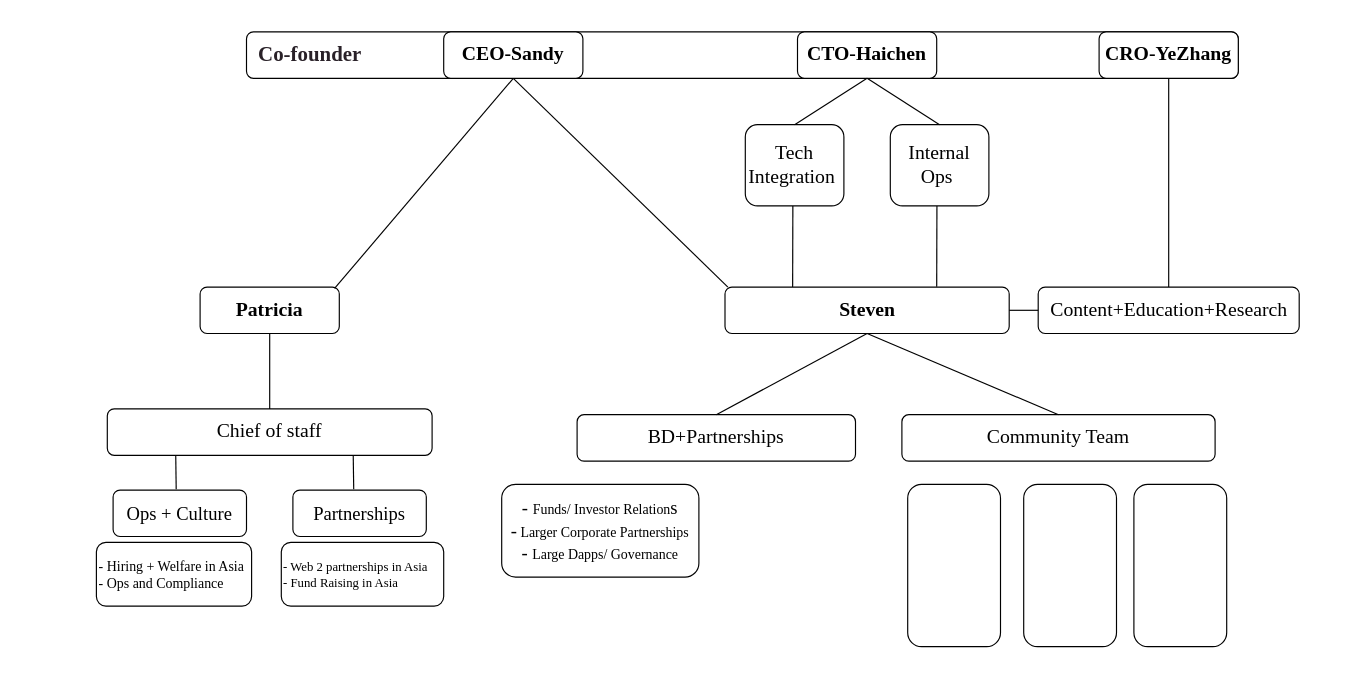
This is page "Page-1" (1 of 2) of Untitled Diagram.drawio from ThuYoung/wiki, a draw.io file, before an edit. Source tidied: cells renumbered, new cells numbered last; positions are measured from the earlier drawing's top-left corner, leaving out a move shared by most shapes. Both pictures are drawn from the tidied source at 116%, with x=0, y=0 at pixel (96, 31).
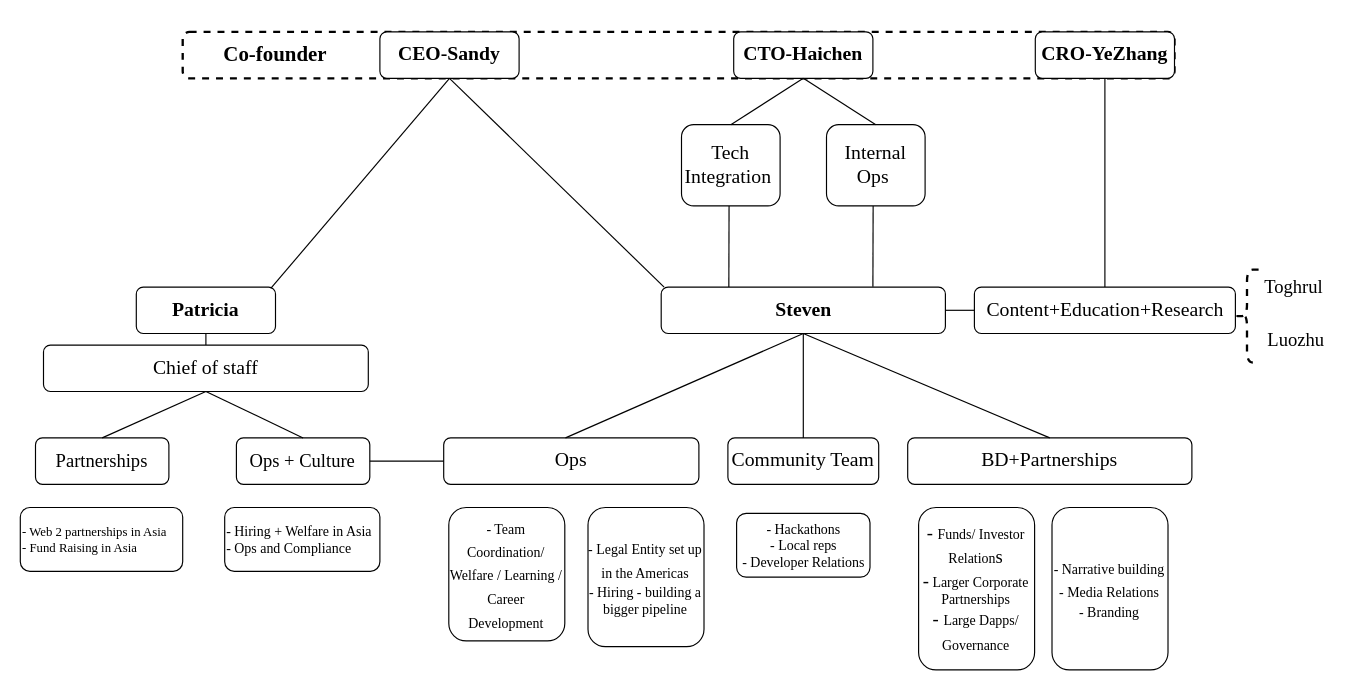
The same diagram, later.

Change to the diagram source:
```diff
@@
-    <mxCell id="2" style="rounded=1;whiteSpace=wrap;html=1;fontFamily=Times New Roman;fontSize=17;fillColor=none;" parent="1" vertex="1">
-      <mxGeometry x="129" width="855" height="40" as="geometry" />
+    <mxCell id="2" style="rounded=1;whiteSpace=wrap;html=1;fontFamily=Times New Roman;fontSize=17;dashed=1;strokeWidth=2;fillColor=none;" parent="1" vertex="1">
+      <mxGeometry x="74" width="855" height="40" as="geometry" />
     </mxCell>
     <mxCell id="3" value="&lt;font size=&quot;1&quot; face=&quot;Times New Roman&quot;&gt;&lt;b style=&quot;font-size: 17px;&quot;&gt;CEO-Sandy&lt;/b&gt;&lt;/font&gt;" style="rounded=1;whiteSpace=wrap;html=1;" parent="1" vertex="1">
-      <mxGeometry x="299" width="120" height="40" as="geometry" />
+      <mxGeometry x="244" width="120" height="40" as="geometry" />
     </mxCell>
     <mxCell id="4" value="&lt;font size=&quot;1&quot; face=&quot;Times New Roman&quot;&gt;&lt;b style=&quot;font-size: 17px;&quot;&gt;CTO-Haichen&lt;/b&gt;&lt;/font&gt;" style="rounded=1;whiteSpace=wrap;html=1;" parent="1" vertex="1">
-      <mxGeometry x="604" width="120" height="40" as="geometry" />
+      <mxGeometry x="549" width="120" height="40" as="geometry" />
     </mxCell>
     <mxCell id="5" value="&lt;font size=&quot;1&quot; face=&quot;Times New Roman&quot;&gt;&lt;b style=&quot;font-size: 17px;&quot;&gt;CRO-YeZhang&lt;/b&gt;&lt;/font&gt;" style="rounded=1;whiteSpace=wrap;html=1;" parent="1" vertex="1">
-      <mxGeometry x="864" width="120" height="40" as="geometry" />
+      <mxGeometry x="809" width="120" height="40" as="geometry" />
     </mxCell>
     <mxCell id="6" value="&lt;font face=&quot;Times New Roman&quot;&gt;&lt;span style=&quot;font-size: 17px;&quot;&gt;&lt;b&gt;Patricia&lt;/b&gt;&lt;/span&gt;&lt;/font&gt;" style="rounded=1;whiteSpace=wrap;html=1;" parent="1" vertex="1">
-      <mxGeometry x="89" y="220" width="120" height="40" as="geometry" />
+      <mxGeometry x="34" y="220" width="120" height="40" as="geometry" />
     </mxCell>
     <mxCell id="7" value="&lt;font face=&quot;Times New Roman&quot;&gt;&lt;span style=&quot;font-size: 17px;&quot;&gt;&lt;b&gt;Steven&lt;/b&gt;&lt;/span&gt;&lt;/font&gt;" style="rounded=1;whiteSpace=wrap;html=1;" parent="1" vertex="1">
-      <mxGeometry x="541.5" y="220" width="245" height="40" as="geometry" />
+      <mxGeometry x="486.5" y="220" width="245" height="40" as="geometry" />
     </mxCell>
@@
     <mxCell id="9" style="endArrow=none;html=1;rounded=0;fontFamily=Times New Roman;fontSize=17;entryX=0.5;entryY=1;entryDx=0;entryDy=0;" parent="1" edge="1" target="3">
       <mxGeometry relative="1" as="geometry">
-        <mxPoint x="544" y="220" as="sourcePoint" />
+        <mxPoint x="489" y="220" as="sourcePoint" />
       </mxGeometry>
     </mxCell>
     <mxCell id="10" value="&lt;font face=&quot;Times New Roman&quot;&gt;&lt;span style=&quot;font-size: 17px;&quot;&gt;Chief of staff&lt;/span&gt;&lt;/font&gt;" style="rounded=1;whiteSpace=wrap;html=1;" parent="1" vertex="1">
-      <mxGeometry x="9" y="325" width="280" height="40" as="geometry" />
+      <mxGeometry x="-46" y="270" width="280" height="40" as="geometry" />
     </mxCell>
     <mxCell id="11" value="&lt;font face=&quot;Times New Roman&quot;&gt;&lt;span style=&quot;font-size: 17px;&quot;&gt;BD+Partnerships&lt;/span&gt;&lt;br&gt;&lt;/font&gt;" style="rounded=1;whiteSpace=wrap;html=1;" parent="1" vertex="1">
-      <mxGeometry x="414" y="330" width="240" height="40" as="geometry" />
+      <mxGeometry x="699" y="350" width="245" height="40" as="geometry" />
     </mxCell>
     <mxCell id="12" value="&lt;font face=&quot;Times New Roman&quot;&gt;&lt;span style=&quot;font-size: 17px;&quot;&gt;Community Team&lt;/span&gt;&lt;/font&gt;" style="rounded=1;whiteSpace=wrap;html=1;" parent="1" vertex="1">
-      <mxGeometry x="694" y="330" width="270" height="40" as="geometry" />
+      <mxGeometry x="544" y="350" width="130" height="40" as="geometry" />
     </mxCell>
     <mxCell id="13" value="&lt;font face=&quot;Times New Roman&quot;&gt;&lt;span style=&quot;font-size: 17px;&quot;&gt;Tech Integration&amp;nbsp;&lt;/span&gt;&lt;/font&gt;" style="rounded=1;whiteSpace=wrap;html=1;" parent="1" vertex="1">
-      <mxGeometry x="559" y="80" width="85" height="70" as="geometry" />
+      <mxGeometry x="504" y="80" width="85" height="70" as="geometry" />
     </mxCell>
     <mxCell id="14" value="&lt;font face=&quot;Times New Roman&quot;&gt;&lt;span style=&quot;font-size: 17px;&quot;&gt;Content+Education+Research&lt;/span&gt;&lt;/font&gt;" style="rounded=1;whiteSpace=wrap;html=1;" parent="1" vertex="1">
-      <mxGeometry x="811.5" y="220" width="225" height="40" as="geometry" />
+      <mxGeometry x="756.5" y="220" width="225" height="40" as="geometry" />
     </mxCell>
@@
     <mxCell id="16" value="&lt;div style=&quot;&quot;&gt;&lt;font style=&quot;font-size: 16px;&quot;&gt;- &lt;/font&gt;&lt;font style=&quot;font-size: 12px;&quot;&gt;Funds/ Investor Relation&lt;/font&gt;&lt;font style=&quot;font-size: 16px;&quot;&gt;s&lt;/font&gt;&lt;/div&gt;&lt;div style=&quot;font-size: 12px;&quot;&gt;&lt;font style=&quot;font-size: 16px;&quot;&gt;-&lt;/font&gt;&lt;font style=&quot;font-size: 12px;&quot;&gt; Larger Corporate Partners&lt;/font&gt;&lt;font style=&quot;font-size: 12px;&quot;&gt;hips&lt;/font&gt;&lt;/div&gt;&lt;div style=&quot;&quot;&gt;&lt;font style=&quot;font-size: 16px;&quot;&gt;- &lt;/font&gt;&lt;font style=&quot;font-size: 12px;&quot;&gt;Large Dapps/ Governance&lt;/font&gt;&lt;/div&gt;" style="rounded=1;whiteSpace=wrap;html=1;fontFamily=Times New Roman;fontSize=17;" parent="1" vertex="1">
-      <mxGeometry x="349" y="390" width="170" height="80" as="geometry" />
+      <mxGeometry x="708.4" y="410" width="100" height="140" as="geometry" />
     </mxCell>
-    <mxCell id="17" style="rounded=1;whiteSpace=wrap;html=1;fontFamily=Times New Roman;fontSize=17;" parent="1" vertex="1">
-      <mxGeometry x="699" y="390" width="80" height="140" as="geometry" />
-    </mxCell>
-    <mxCell id="18" style="rounded=1;whiteSpace=wrap;html=1;fontFamily=Times New Roman;fontSize=17;" parent="1" vertex="1">
-      <mxGeometry x="799" y="390" width="80" height="140" as="geometry" />
-    </mxCell>
-    <mxCell id="19" style="rounded=1;whiteSpace=wrap;html=1;fontFamily=Times New Roman;fontSize=17;" parent="1" vertex="1">
-      <mxGeometry x="894" y="390" width="80" height="140" as="geometry" />
-    </mxCell>
     <mxCell id="20" value="&lt;font face=&quot;Times New Roman&quot;&gt;&lt;span style=&quot;font-size: 17px;&quot;&gt;Internal Ops&amp;nbsp;&lt;/span&gt;&lt;/font&gt;" style="rounded=1;whiteSpace=wrap;html=1;" parent="1" vertex="1">
-      <mxGeometry x="684" y="80" width="85" height="70" as="geometry" />
+      <mxGeometry x="629" y="80" width="85" height="70" as="geometry" />
     </mxCell>
@@
     <mxCell id="25" style="endArrow=none;html=1;rounded=0;fontFamily=Times New Roman;fontSize=17;exitX=0.238;exitY=-0.004;exitDx=0;exitDy=0;exitPerimeter=0;" parent="1" edge="1" source="7">
       <mxGeometry relative="1" as="geometry">
-        <mxPoint x="600" y="150" as="targetPoint" />
+        <mxPoint x="545" y="150" as="targetPoint" />
       </mxGeometry>
     </mxCell>
     <mxCell id="26" style="endArrow=none;html=1;rounded=0;fontFamily=Times New Roman;fontSize=17;exitX=0.238;exitY=-0.004;exitDx=0;exitDy=0;exitPerimeter=0;" parent="1" edge="1">
       <mxGeometry relative="1" as="geometry">
-        <mxPoint x="724" y="219.8" as="sourcePoint" />
-        <mxPoint x="724.2" y="150" as="targetPoint" />
+        <mxPoint x="669" y="219.8" as="sourcePoint" />
+        <mxPoint x="669.2" y="150" as="targetPoint" />
       </mxGeometry>
     </mxCell>
-    <mxCell id="27" style="endArrow=none;html=1;rounded=0;fontFamily=Times New Roman;fontSize=17;exitX=0.5;exitY=1;exitDx=0;exitDy=0;entryX=0.5;entryY=0;entryDx=0;entryDy=0;" parent="1" edge="1" source="7" target="11">
-      <mxGeometry relative="1" as="geometry" />
-    </mxCell>
@@
     <mxCell id="29" value="&lt;font face=&quot;Times New Roman&quot; style=&quot;font-size: 16px;&quot;&gt;Ops + Culture&lt;/font&gt;" style="rounded=1;whiteSpace=wrap;html=1;" parent="1" vertex="1">
-      <mxGeometry x="14" y="395" width="115" height="40" as="geometry" />
+      <mxGeometry x="120.3" y="350" width="115" height="40" as="geometry" />
     </mxCell>
     <mxCell id="30" value="&lt;div style=&quot;&quot;&gt;&lt;font face=&quot;Times New Roman&quot; style=&quot;font-size: 12px;&quot;&gt;- Hiring + Welfare in Asia&lt;/font&gt;&lt;/div&gt;&lt;div style=&quot;&quot;&gt;&lt;font face=&quot;Times New Roman&quot; style=&quot;font-size: 12px;&quot;&gt;- Ops and Compliance&lt;/font&gt;&lt;/div&gt;" style="rounded=1;whiteSpace=wrap;html=1;verticalAlign=middle;align=left;" parent="1" vertex="1">
-      <mxGeometry x="-0.4" y="440" width="133.8" height="55" as="geometry" />
+      <mxGeometry x="110.2" y="410" width="133.8" height="55" as="geometry" />
     </mxCell>
-    <mxCell id="31" value="&lt;h3&gt;&lt;span style=&quot;color: rgb(41, 33, 40); background-color: rgb(255, 255, 255);&quot;&gt;&lt;font style=&quot;font-size: 18px;&quot;&gt;Co-founder&lt;/font&gt;&lt;/span&gt;&lt;/h3&gt;" style="text;html=1;strokeColor=none;fillColor=none;align=center;verticalAlign=middle;whiteSpace=wrap;rounded=0;fontFamily=Times New Roman;fontSize=16;" parent="1" vertex="1">
-      <mxGeometry x="119" y="5" width="130" height="30" as="geometry" />
+    <mxCell id="31" value="&lt;h3&gt;&lt;span style=&quot;background-color: rgb(255, 255, 255);&quot;&gt;&lt;font style=&quot;font-size: 18px;&quot;&gt;Co-founder&lt;/font&gt;&lt;/span&gt;&lt;/h3&gt;" style="text;html=1;strokeColor=none;fillColor=none;align=center;verticalAlign=middle;whiteSpace=wrap;rounded=0;fontFamily=Times New Roman;fontSize=16;" parent="1" vertex="1">
+      <mxGeometry x="89" y="5" width="130" height="30" as="geometry" />
     </mxCell>
-    <mxCell id="32" style="endArrow=none;html=1;rounded=0;fontFamily=Times New Roman;fontSize=18;entryX=0.456;entryY=-0.018;entryDx=0;entryDy=0;entryPerimeter=0;" parent="1" edge="1">
-      <mxGeometry relative="1" as="geometry">
-        <mxPoint x="68" y="365" as="sourcePoint" />
-        <mxPoint x="68.4" y="394.3" as="targetPoint" />
-      </mxGeometry>
-    </mxCell>
     <mxCell id="33" value="&lt;font face=&quot;Times New Roman&quot; style=&quot;font-size: 16px;&quot;&gt;Partnerships&lt;/font&gt;" style="rounded=1;whiteSpace=wrap;html=1;" parent="1" vertex="1">
-      <mxGeometry x="169" y="395" width="115" height="40" as="geometry" />
+      <mxGeometry x="-52.9" y="350" width="115" height="40" as="geometry" />
     </mxCell>
-    <mxCell id="34" style="endArrow=none;html=1;rounded=0;fontFamily=Times New Roman;fontSize=18;entryX=0.456;entryY=-0.018;entryDx=0;entryDy=0;entryPerimeter=0;" parent="1" edge="1" target="33">
-      <mxGeometry relative="1" as="geometry">
-        <mxPoint x="221" y="365" as="sourcePoint" />
-      </mxGeometry>
-    </mxCell>
     <mxCell id="35" value="&lt;div style=&quot;font-size: 11px;&quot;&gt;&lt;div&gt;&lt;font face=&quot;Times New Roman&quot;&gt;- Web 2 partnerships in Asia&lt;/font&gt;&lt;/div&gt;&lt;div&gt;&lt;font face=&quot;Times New Roman&quot;&gt;- Fund Raising in Asia&lt;/font&gt;&lt;/div&gt;&lt;/div&gt;" style="rounded=1;whiteSpace=wrap;html=1;verticalAlign=middle;align=left;" parent="1" vertex="1">
-      <mxGeometry x="159" y="440" width="140" height="55" as="geometry" />
+      <mxGeometry x="-66" y="410" width="140" height="55" as="geometry" />
     </mxCell>
+    <mxCell id="36" value="&lt;div style=&quot;font-size: 12px;&quot;&gt;&lt;div&gt;- Hackathons&lt;/div&gt;&lt;div&gt;- Local reps&lt;/div&gt;&lt;div&gt;- Developer Relations&lt;/div&gt;&lt;/div&gt;" style="rounded=1;whiteSpace=wrap;html=1;fontFamily=Times New Roman;fontSize=17;" parent="1" vertex="1">
+      <mxGeometry x="551.5" y="415" width="115" height="55" as="geometry" />
+    </mxCell>
+    <mxCell id="37" value="&lt;div style=&quot;&quot;&gt;&lt;span style=&quot;background-color: initial;&quot;&gt;&lt;span style=&quot;font-size: 12px;&quot;&gt;- Narrative building&lt;/span&gt;&lt;br&gt;&lt;span style=&quot;font-size: 12px;&quot;&gt;- Media Relations&lt;/span&gt;&lt;/span&gt;&lt;br&gt;&lt;/div&gt;&lt;div style=&quot;&quot;&gt;&lt;font style=&quot;font-size: 12px;&quot;&gt;&lt;div&gt;- Branding&lt;/div&gt;&lt;/font&gt;&lt;/div&gt;" style="rounded=1;whiteSpace=wrap;html=1;fontFamily=Times New Roman;fontSize=17;" parent="1" vertex="1">
+      <mxGeometry x="823.4" y="410" width="100" height="140" as="geometry" />
+    </mxCell>
+    <mxCell id="38" value="&lt;font face=&quot;Times New Roman&quot;&gt;&lt;span style=&quot;font-size: 17px;&quot;&gt;Ops&lt;/span&gt;&lt;/font&gt;" style="rounded=1;whiteSpace=wrap;html=1;" parent="1" vertex="1">
+      <mxGeometry x="299" y="350" width="220" height="40" as="geometry" />
+    </mxCell>
+    <mxCell id="39" value="&lt;div style=&quot;&quot;&gt;&lt;span style=&quot;font-size: 12px; background-color: initial;&quot;&gt;- Team Coordination/ Welfare / Learning / Career Development&lt;/span&gt;&lt;/div&gt;" style="rounded=1;whiteSpace=wrap;html=1;fontFamily=Times New Roman;fontSize=17;" parent="1" vertex="1">
+      <mxGeometry x="303.4" y="410" width="100" height="115" as="geometry" />
+    </mxCell>
+    <mxCell id="40" value="&lt;div style=&quot;&quot;&gt;&lt;span style=&quot;font-size: 12px; background-color: initial;&quot;&gt;- Legal Entity set up in the Americas&lt;/span&gt;&lt;br&gt;&lt;/div&gt;&lt;div style=&quot;&quot;&gt;&lt;font style=&quot;font-size: 12px;&quot;&gt;&lt;div&gt;- Hiring - building a bigger pipeline&lt;/div&gt;&lt;/font&gt;&lt;/div&gt;" style="rounded=1;whiteSpace=wrap;html=1;fontFamily=Times New Roman;fontSize=17;" parent="1" vertex="1">
+      <mxGeometry x="423.4" y="410" width="100" height="120" as="geometry" />
+    </mxCell>
+    <mxCell id="41" style="endArrow=none;html=1;rounded=0;fontFamily=Times New Roman;fontSize=12;fontColor=#000000;entryX=0.5;entryY=1;entryDx=0;entryDy=0;" parent="1" edge="1" target="7">
+      <mxGeometry relative="1" as="geometry">
+        <mxPoint x="404" y="350" as="sourcePoint" />
+      </mxGeometry>
+    </mxCell>
+    <mxCell id="42" style="endArrow=none;html=1;rounded=0;fontFamily=Times New Roman;fontSize=12;fontColor=#000000;exitX=0.5;exitY=0;exitDx=0;exitDy=0;" parent="1" edge="1" source="11">
+      <mxGeometry relative="1" as="geometry">
+        <mxPoint x="609" y="260" as="targetPoint" />
+      </mxGeometry>
+    </mxCell>
+    <mxCell id="43" style="endArrow=none;html=1;rounded=0;fontFamily=Times New Roman;fontSize=12;fontColor=#000000;entryX=0.5;entryY=1;entryDx=0;entryDy=0;exitX=0.5;exitY=0;exitDx=0;exitDy=0;" parent="1" edge="1" source="33" target="10">
+      <mxGeometry relative="1" as="geometry" />
+    </mxCell>
+    <mxCell id="44" style="endArrow=none;html=1;rounded=0;fontFamily=Times New Roman;fontSize=12;fontColor=#000000;entryX=0.5;entryY=1;entryDx=0;entryDy=0;exitX=0.5;exitY=0;exitDx=0;exitDy=0;" parent="1" edge="1" source="29" target="10">
+      <mxGeometry relative="1" as="geometry" />
+    </mxCell>
+    <mxCell id="45" style="endArrow=none;html=1;rounded=0;fontFamily=Times New Roman;fontSize=12;fontColor=#000000;entryX=1;entryY=0.5;entryDx=0;entryDy=0;exitX=0;exitY=0.5;exitDx=0;exitDy=0;" parent="1" edge="1" source="38" target="29">
+      <mxGeometry relative="1" as="geometry" />
+    </mxCell>
+    <mxCell id="46" style="shape=curlyBracket;whiteSpace=wrap;html=1;rounded=1;dashed=1;fontFamily=Times New Roman;fontSize=12;fontColor=#000000;strokeWidth=2;fillColor=none;" parent="1" vertex="1">
+      <mxGeometry x="981.5" y="205" width="20" height="80" as="geometry" />
+    </mxCell>
+    <mxCell id="47" value="&lt;font style=&quot;font-size: 16px;&quot;&gt;Toghrul&lt;/font&gt;" style="text;html=1;strokeColor=none;fillColor=none;align=center;verticalAlign=middle;whiteSpace=wrap;rounded=0;dashed=1;fontFamily=Times New Roman;fontSize=12;fontColor=#000000;" parent="1" vertex="1">
+      <mxGeometry x="1001.5" y="205" width="60" height="30" as="geometry" />
+    </mxCell>
+    <mxCell id="48" value="&lt;font style=&quot;font-size: 16px;&quot;&gt;Luozhu&lt;/font&gt;" style="text;html=1;strokeColor=none;fillColor=none;align=center;verticalAlign=middle;whiteSpace=wrap;rounded=0;dashed=1;fontFamily=Times New Roman;fontSize=12;fontColor=#000000;" parent="1" vertex="1">
+      <mxGeometry x="1004" y="250" width="60" height="30" as="geometry" />
+    </mxCell>
```
